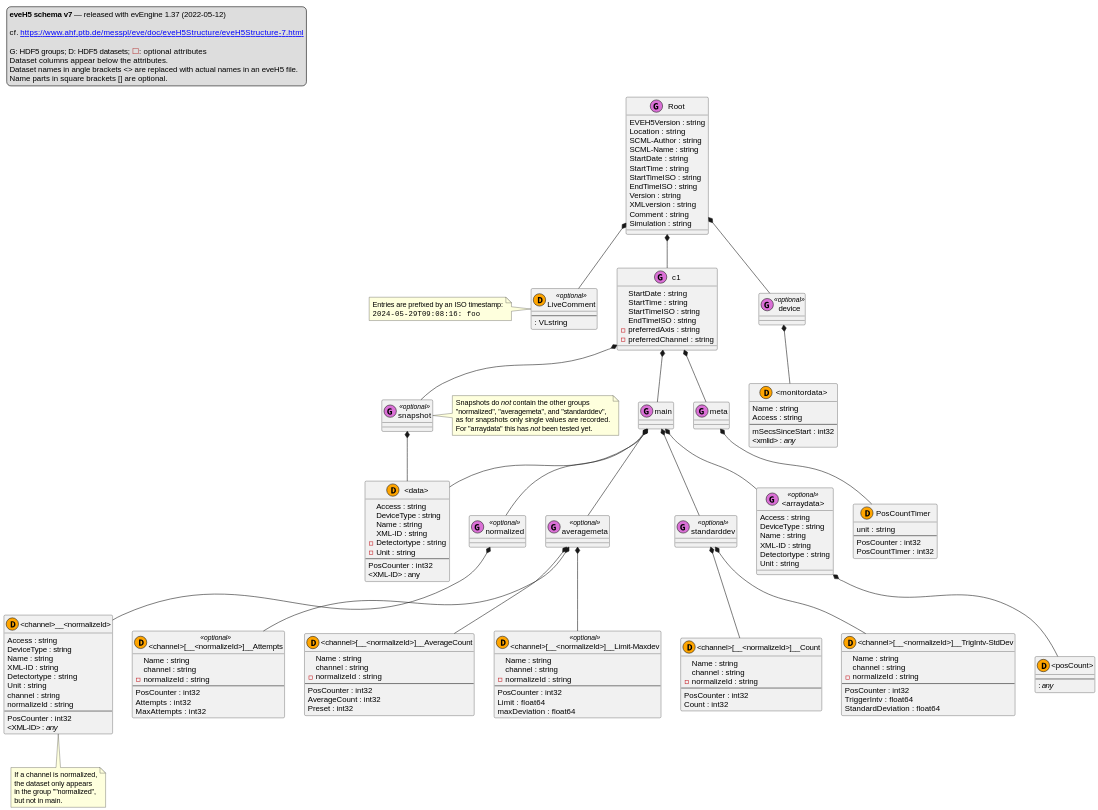
Earlier version of the PlantUML export docs/uml/eveh5-v7.svg (tillbiskup/evedata).
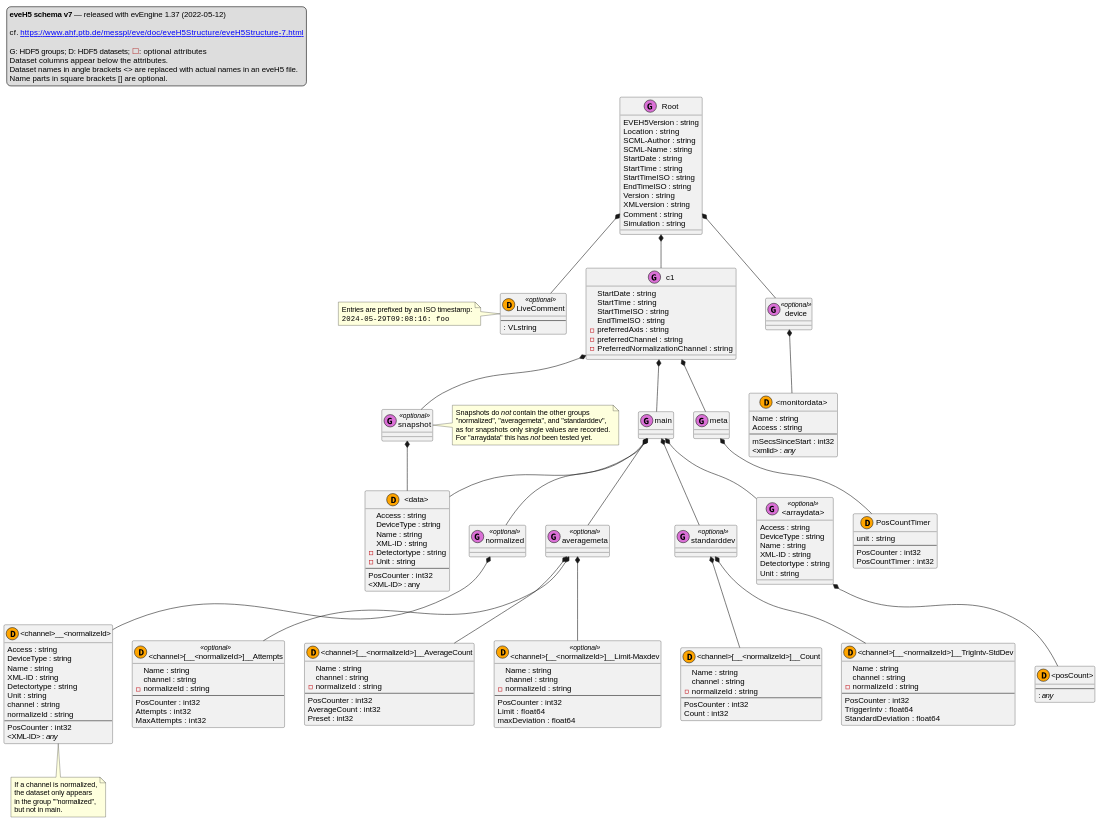
After the change.

Commit message:
New schemas for channel and data types; update eveH5 v7/v8 schemas

Diff of the diagram source:
```diff
@@ -46,6 +46,7 @@
     EndTimeISO : string
     - preferredAxis : string
     - preferredChannel : string
+    - PreferredNormalizationChannel : string
 }
 
 c1 *-- main
```
